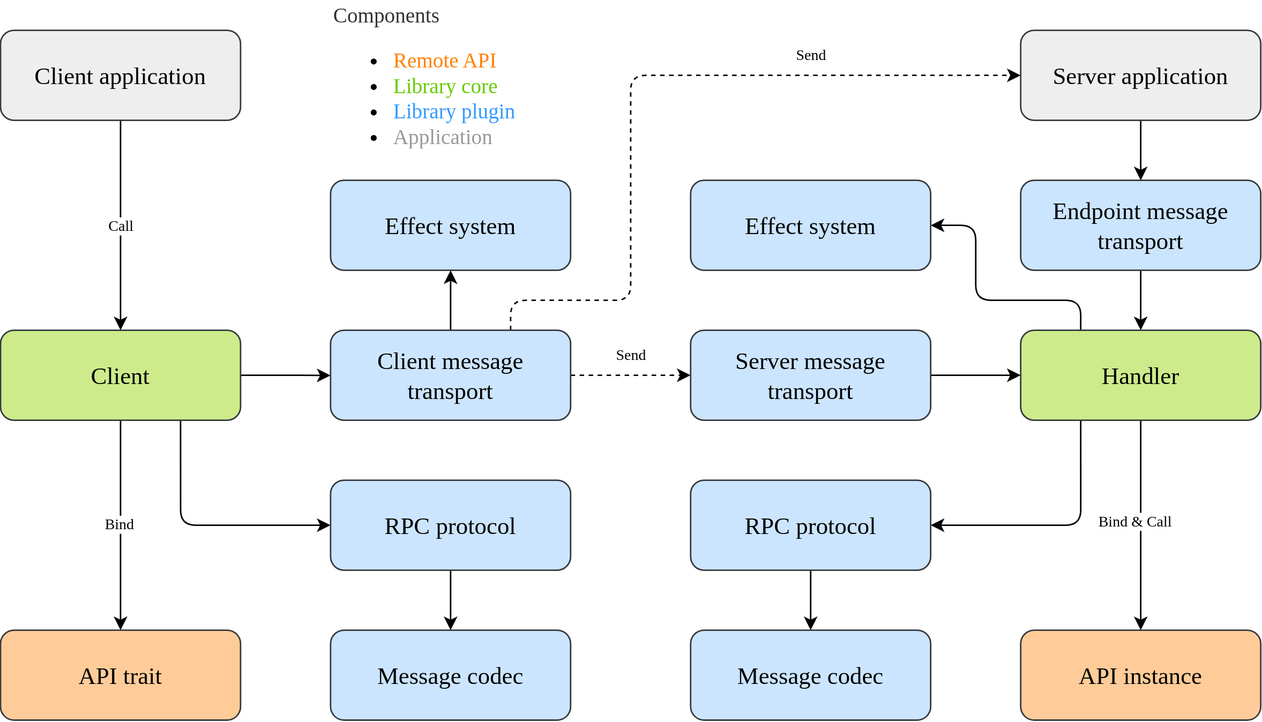
Above: doc/images/architecture.svg in martin-ockajak/automorph (draw.io), before the change. Source tidied: cells renumbered, new cells last; positions are measured from the earlier drawing's top-left corner, leaving out a move shared by most shapes.
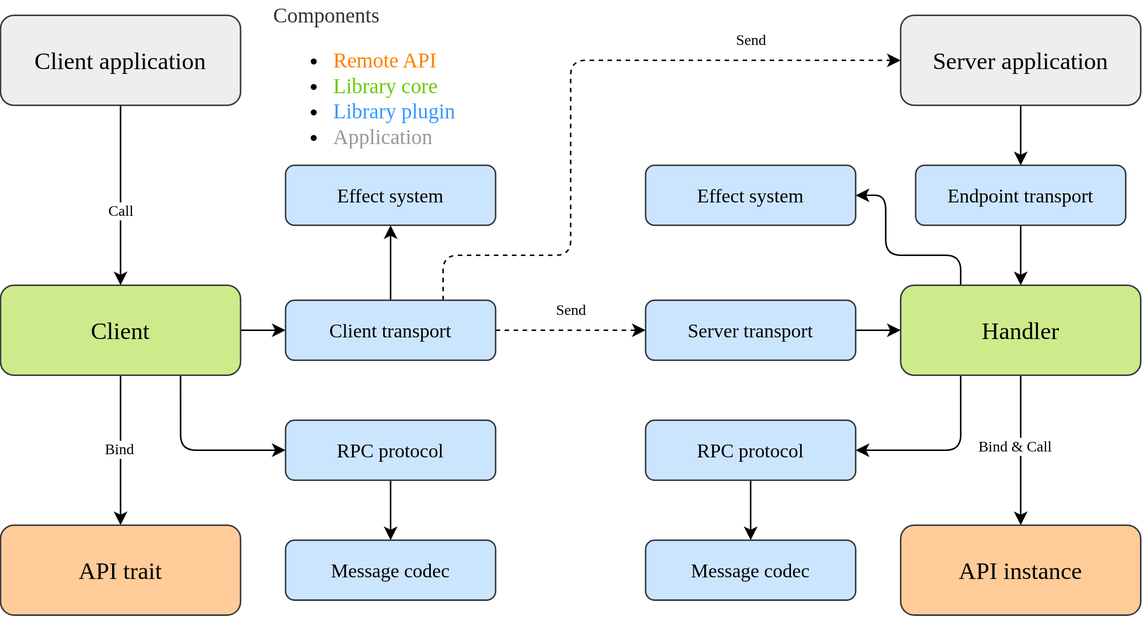
Later version of the same file.

The edit, as a diff of the source:
```diff
@@ -5,26 +5,26 @@
     <mxCell id="2" style="edgeStyle=orthogonalEdgeStyle;rounded=1;jettySize=auto;html=1;exitX=0.75;exitY=1;exitDx=0;exitDy=0;entryX=0;entryY=0.5;entryDx=0;entryDy=0;fontFamily=Verdana;fontSize=16;" parent="1" edge="1" source="7" target="14">
       <mxGeometry relative="1" as="geometry">
         <Array as="points">
-          <mxPoint x="120" y="350" />
+          <mxPoint x="160" y="330" />
         </Array>
       </mxGeometry>
     </mxCell>
-    <mxCell id="3" style="edgeStyle=orthogonalEdgeStyle;rounded=1;jettySize=auto;html=1;exitX=1;exitY=0.5;exitDx=0;exitDy=0;entryX=0;entryY=0.5;entryDx=0;entryDy=0;fontFamily=Verdana;fontSize=16;strokeColor=none;" parent="1" edge="1" source="7" target="18">
-      <mxGeometry relative="1" as="geometry" />
+    <mxCell id="3" style="edgeStyle=orthogonalEdgeStyle;rounded=1;jettySize=auto;html=1;exitX=1;exitY=0.5;exitDx=0;exitDy=0;entryX=0;entryY=0.5;entryDx=0;entryDy=0;fontFamily=Verdana;fontSize=16;strokeColor=none;" parent="1" edge="1" source="7">
+      <mxGeometry relative="1" as="geometry">
+        <mxPoint x="230" y="250" as="targetPoint" />
+      </mxGeometry>
     </mxCell>
     <mxCell id="4" style="edgeStyle=none;rounded=1;jettySize=auto;html=1;exitX=0.5;exitY=1;exitDx=0;exitDy=0;fontFamily=Verdana;fontSize=16;strokeColor=none;" parent="1" edge="1" source="7" target="24">
       <mxGeometry relative="1" as="geometry" />
     </mxCell>
-    <mxCell id="5" style="edgeStyle=orthogonalEdgeStyle;rounded=1;jettySize=auto;html=1;exitX=1;exitY=0.5;exitDx=0;exitDy=0;fontFamily=Verdana;fontSize=16;strokeColor=#000000;" parent="1" edge="1" source="7">
-      <mxGeometry relative="1" as="geometry">
-        <mxPoint x="220" y="250.1" as="targetPoint" />
-      </mxGeometry>
+    <mxCell id="5" style="edgeStyle=orthogonalEdgeStyle;rounded=1;jettySize=auto;html=1;exitX=1;exitY=0.5;exitDx=0;exitDy=0;fontFamily=Verdana;fontSize=16;strokeColor=#000000;entryX=0;entryY=0.5;entryDx=0;entryDy=0;" parent="1" edge="1" source="7" target="41">
+      <mxGeometry relative="1" as="geometry" />
     </mxCell>
     <mxCell id="6" style="edgeStyle=orthogonalEdgeStyle;rounded=1;jettySize=auto;html=1;exitX=0.5;exitY=1;exitDx=0;exitDy=0;entryX=0.5;entryY=0;entryDx=0;entryDy=0;fontFamily=Verdana;fontSize=16;strokeColor=#000000;" parent="1" edge="1" source="7" target="24">
       <mxGeometry relative="1" as="geometry" />
     </mxCell>
     <mxCell id="7" value="&lt;font style=&quot;font-size: 16px;&quot;&gt;Client&lt;/font&gt;" style="rounded=1;whiteSpace=wrap;html=1;fillColor=#cdeb8b;strokeColor=#36393d;fontFamily=Verdana;fontSize=16;" parent="1" vertex="1">
-      <mxGeometry y="220" width="160" height="60" as="geometry" />
+      <mxGeometry x="40" y="220" width="160" height="60" as="geometry" />
     </mxCell>
     <mxCell id="8" style="edgeStyle=orthogonalEdgeStyle;rounded=1;jettySize=auto;html=1;exitX=0.5;exitY=1;exitDx=0;exitDy=0;fontFamily=Verdana;fontSize=16;" parent="1" edge="1" source="11" target="25">
       <mxGeometry relative="1" as="geometry" />
@@ -32,108 +32,100 @@
     <mxCell id="9" style="edgeStyle=orthogonalEdgeStyle;rounded=1;jettySize=auto;html=1;exitX=0.25;exitY=1;exitDx=0;exitDy=0;entryX=1;entryY=0.5;entryDx=0;entryDy=0;fontFamily=Verdana;fontSize=16;strokeColor=#000000;" parent="1" edge="1" source="11" target="32">
       <mxGeometry relative="1" as="geometry">
         <Array as="points">
-          <mxPoint x="720" y="350" />
+          <mxPoint x="680" y="330" />
         </Array>
       </mxGeometry>
     </mxCell>
     <mxCell id="10" style="edgeStyle=orthogonalEdgeStyle;rounded=1;jettySize=auto;html=1;exitX=0.25;exitY=0;exitDx=0;exitDy=0;entryX=1;entryY=0.5;entryDx=0;entryDy=0;fontFamily=Verdana;fontSize=16;strokeColor=#000000;" parent="1" edge="1" source="11" target="30">
       <mxGeometry relative="1" as="geometry">
         <Array as="points">
-          <mxPoint x="720" y="200" />
-          <mxPoint x="650" y="200" />
-          <mxPoint x="650" y="150" />
+          <mxPoint x="680" y="200" />
+          <mxPoint x="630" y="200" />
+          <mxPoint x="630" y="160" />
         </Array>
       </mxGeometry>
     </mxCell>
     <mxCell id="11" value="&lt;font style=&quot;font-size: 16px;&quot;&gt;Handler&lt;/font&gt;" style="rounded=1;whiteSpace=wrap;html=1;fillColor=#cdeb8b;strokeColor=#36393d;fontFamily=Verdana;fontSize=16;" parent="1" vertex="1">
-      <mxGeometry x="680" y="220" width="160" height="60" as="geometry" />
+      <mxGeometry x="640" y="220" width="160" height="60" as="geometry" />
     </mxCell>
-    <mxCell id="12" value="&lt;font style=&quot;font-size: 16px;&quot;&gt;Effect system&lt;/font&gt;" style="rounded=1;whiteSpace=wrap;html=1;fillColor=#cce5ff;strokeColor=#36393d;fontFamily=Verdana;fontSize=16;verticalAlign=middle;" parent="1" vertex="1">
-      <mxGeometry x="220" y="120" width="160" height="60" as="geometry" />
+    <mxCell id="12" value="&lt;font style=&quot;font-size: 13px;&quot;&gt;Effect system&lt;/font&gt;" style="rounded=1;whiteSpace=wrap;html=1;fillColor=#cce5ff;strokeColor=#36393d;fontFamily=Verdana;fontSize=13;verticalAlign=middle;" parent="1" vertex="1">
+      <mxGeometry x="230" y="140" width="140" height="40" as="geometry" />
     </mxCell>
     <mxCell id="13" style="edgeStyle=orthogonalEdgeStyle;rounded=0;jettySize=auto;html=1;exitX=0.5;exitY=1;exitDx=0;exitDy=0;entryX=0.5;entryY=0;entryDx=0;entryDy=0;" parent="1" edge="1" source="14" target="39">
       <mxGeometry relative="1" as="geometry" />
     </mxCell>
-    <mxCell id="14" value="&lt;font style=&quot;font-size: 16px&quot;&gt;RPC protocol&lt;/font&gt;" style="rounded=1;whiteSpace=wrap;html=1;fillColor=#cce5ff;strokeColor=#36393d;fontFamily=Verdana;fontSize=16;" parent="1" vertex="1">
-      <mxGeometry x="220" y="320" width="160" height="60" as="geometry" />
+    <mxCell id="14" value="&lt;font style=&quot;font-size: 13px;&quot;&gt;RPC protocol&lt;/font&gt;" style="rounded=1;whiteSpace=wrap;html=1;fillColor=#cce5ff;strokeColor=#36393d;fontFamily=Verdana;fontSize=13;" parent="1" vertex="1">
+      <mxGeometry x="230" y="310" width="140" height="40" as="geometry" />
     </mxCell>
-    <mxCell id="15" style="edgeStyle=orthogonalEdgeStyle;rounded=1;jettySize=auto;html=1;exitX=1;exitY=0.5;exitDx=0;exitDy=0;entryX=0;entryY=0.5;entryDx=0;entryDy=0;fontFamily=Verdana;fontSize=16;dashed=1;" parent="1" edge="1" source="18" target="20">
+    <mxCell id="15" style="edgeStyle=orthogonalEdgeStyle;rounded=1;jettySize=auto;html=1;entryX=0;entryY=0.5;entryDx=0;entryDy=0;fontFamily=Verdana;fontSize=16;dashed=1;exitX=1;exitY=0.5;exitDx=0;exitDy=0;" parent="1" edge="1" source="41" target="20">
       <mxGeometry relative="1" as="geometry" />
     </mxCell>
-    <mxCell id="16" style="edgeStyle=orthogonalEdgeStyle;rounded=1;jettySize=auto;html=1;exitX=0.75;exitY=0;exitDx=0;exitDy=0;fontFamily=Verdana;fontSize=16;dashed=1;entryX=0;entryY=0.5;entryDx=0;entryDy=0;" parent="1" edge="1" source="18" target="27">
+    <mxCell id="16" style="edgeStyle=orthogonalEdgeStyle;rounded=1;jettySize=auto;html=1;fontFamily=Verdana;fontSize=16;dashed=1;entryX=0;entryY=0.5;entryDx=0;entryDy=0;exitX=0.75;exitY=0;exitDx=0;exitDy=0;" parent="1" edge="1" source="41" target="27">
       <mxGeometry relative="1" as="geometry">
         <Array as="points">
-          <mxPoint x="340" y="200" />
+          <mxPoint x="335" y="200" />
           <mxPoint x="420" y="200" />
-          <mxPoint x="420" y="50" />
+          <mxPoint x="420" y="70" />
         </Array>
       </mxGeometry>
     </mxCell>
-    <mxCell id="17" style="edgeStyle=orthogonalEdgeStyle;rounded=1;jettySize=auto;html=1;exitX=0.5;exitY=0;exitDx=0;exitDy=0;entryX=0.5;entryY=1;entryDx=0;entryDy=0;fontFamily=Verdana;fontSize=16;strokeColor=#000000;" parent="1" edge="1" source="18" target="12">
+    <mxCell id="17" style="edgeStyle=orthogonalEdgeStyle;rounded=1;jettySize=auto;html=1;entryX=0.5;entryY=1;entryDx=0;entryDy=0;fontFamily=Verdana;fontSize=16;strokeColor=#000000;exitX=0.5;exitY=0;exitDx=0;exitDy=0;" parent="1" edge="1" source="41" target="12">
       <mxGeometry relative="1" as="geometry" />
     </mxCell>
-    <mxCell id="18" value="&lt;font style=&quot;font-size: 16px&quot;&gt;Client message transport&lt;/font&gt;" style="rounded=1;whiteSpace=wrap;html=1;fillColor=#cce5ff;strokeColor=#36393d;fontFamily=Verdana;fontSize=16;" parent="1" vertex="1">
-      <mxGeometry x="220" y="220" width="160" height="60" as="geometry" />
-    </mxCell>
     <mxCell id="19" style="edgeStyle=orthogonalEdgeStyle;rounded=1;jettySize=auto;html=1;exitX=1;exitY=0.5;exitDx=0;exitDy=0;fontFamily=Verdana;fontSize=16;" parent="1" edge="1" source="20" target="11">
       <mxGeometry relative="1" as="geometry" />
     </mxCell>
-    <mxCell id="20" value="&lt;font style=&quot;font-size: 16px&quot;&gt;Server message transport&lt;/font&gt;" style="rounded=1;whiteSpace=wrap;html=1;fillColor=#cce5ff;strokeColor=#36393d;fontFamily=Verdana;fontSize=16;" parent="1" vertex="1">
-      <mxGeometry x="460" y="220" width="160" height="60" as="geometry" />
+    <mxCell id="20" value="&lt;font style=&quot;font-size: 13px&quot;&gt;Server transport&lt;/font&gt;" style="rounded=1;whiteSpace=wrap;html=1;fillColor=#cce5ff;strokeColor=#36393d;fontFamily=Verdana;fontSize=13;" parent="1" vertex="1">
+      <mxGeometry x="470" y="230" width="140" height="40" as="geometry" />
     </mxCell>
     <mxCell id="21" style="edgeStyle=orthogonalEdgeStyle;rounded=1;jettySize=auto;html=1;exitX=0.5;exitY=1;exitDx=0;exitDy=0;entryX=0.5;entryY=0;entryDx=0;entryDy=0;fontFamily=Verdana;fontSize=16;strokeColor=#000000;" parent="1" edge="1" source="23" target="11">
       <mxGeometry relative="1" as="geometry" />
     </mxCell>
-    <mxCell id="22" style="edgeStyle=orthogonalEdgeStyle;rounded=0;jettySize=auto;html=1;exitX=0.75;exitY=1;exitDx=0;exitDy=0;" parent="1" edge="1" source="23">
-      <mxGeometry relative="1" as="geometry">
-        <mxPoint x="799.7" y="179.8" as="targetPoint" />
-      </mxGeometry>
-    </mxCell>
-    <mxCell id="23" value="&lt;font style=&quot;font-size: 16px&quot;&gt;Endpoint message transport&lt;/font&gt;" style="rounded=1;whiteSpace=wrap;html=1;fillColor=#cce5ff;strokeColor=#36393d;fontFamily=Verdana;fontSize=16;" parent="1" vertex="1">
-      <mxGeometry x="680" y="120" width="160" height="60" as="geometry" />
+    <mxCell id="23" value="&lt;font style=&quot;font-size: 13px&quot;&gt;Endpoint transport&lt;/font&gt;" style="rounded=1;whiteSpace=wrap;html=1;fillColor=#cce5ff;strokeColor=#36393d;fontFamily=Verdana;fontSize=13;" parent="1" vertex="1">
+      <mxGeometry x="650" y="140" width="140" height="40" as="geometry" />
     </mxCell>
     <mxCell id="24" value="&lt;font style=&quot;font-size: 16px&quot;&gt;API trait&lt;/font&gt;" style="rounded=1;whiteSpace=wrap;html=1;fillColor=#ffcc99;strokeColor=#36393d;fontFamily=Verdana;fontSize=16;" parent="1" vertex="1">
-      <mxGeometry y="420" width="160" height="60" as="geometry" />
+      <mxGeometry x="40" y="380" width="160" height="60" as="geometry" />
     </mxCell>
     <mxCell id="25" value="&lt;font style=&quot;font-size: 16px&quot;&gt;API instance&lt;/font&gt;" style="rounded=1;whiteSpace=wrap;html=1;fillColor=#ffcc99;strokeColor=#36393d;fontFamily=Verdana;fontSize=16;" parent="1" vertex="1">
-      <mxGeometry x="680" y="420" width="160" height="60" as="geometry" />
+      <mxGeometry x="640" y="380" width="160" height="60" as="geometry" />
     </mxCell>
     <mxCell id="26" style="edgeStyle=orthogonalEdgeStyle;rounded=1;jettySize=auto;html=1;fontFamily=Verdana;fontSize=16;strokeColor=#000000;" parent="1" edge="1" source="27" target="23">
       <mxGeometry relative="1" as="geometry" />
     </mxCell>
     <mxCell id="27" value="&lt;font style=&quot;font-size: 16px&quot;&gt;Server application&lt;/font&gt;" style="rounded=1;whiteSpace=wrap;html=1;fillColor=#eeeeee;strokeColor=#36393d;fontFamily=Verdana;fontSize=16;" parent="1" vertex="1">
-      <mxGeometry x="680" y="20" width="160" height="60" as="geometry" />
+      <mxGeometry x="640" y="40" width="160" height="60" as="geometry" />
     </mxCell>
     <mxCell id="28" style="edgeStyle=orthogonalEdgeStyle;rounded=1;jettySize=auto;html=1;exitX=0.5;exitY=1;exitDx=0;exitDy=0;fontFamily=Verdana;fontSize=16;" parent="1" edge="1" source="29" target="7">
       <mxGeometry relative="1" as="geometry" />
     </mxCell>
     <mxCell id="29" value="&lt;font style=&quot;font-size: 16px&quot;&gt;Client application&lt;/font&gt;" style="rounded=1;whiteSpace=wrap;html=1;fillColor=#eeeeee;strokeColor=#36393d;fontFamily=Verdana;fontSize=16;" parent="1" vertex="1">
-      <mxGeometry y="20" width="160" height="60" as="geometry" />
+      <mxGeometry x="40" y="40" width="160" height="60" as="geometry" />
     </mxCell>
-    <mxCell id="30" value="&lt;font style=&quot;font-size: 16px;&quot;&gt;Effect system&lt;/font&gt;" style="rounded=1;whiteSpace=wrap;html=1;fillColor=#cce5ff;strokeColor=#36393d;fontFamily=Verdana;fontSize=16;verticalAlign=middle;" parent="1" vertex="1">
-      <mxGeometry x="460" y="120" width="160" height="60" as="geometry" />
+    <mxCell id="30" value="&lt;font style=&quot;font-size: 13px;&quot;&gt;Effect system&lt;/font&gt;" style="rounded=1;whiteSpace=wrap;html=1;fillColor=#cce5ff;strokeColor=#36393d;fontFamily=Verdana;fontSize=13;verticalAlign=middle;" parent="1" vertex="1">
+      <mxGeometry x="470" y="140" width="140" height="40" as="geometry" />
     </mxCell>
     <mxCell id="31" style="edgeStyle=orthogonalEdgeStyle;rounded=0;jettySize=auto;html=1;exitX=0.5;exitY=1;exitDx=0;exitDy=0;entryX=0.5;entryY=0;entryDx=0;entryDy=0;" parent="1" edge="1" source="32" target="40">
       <mxGeometry relative="1" as="geometry" />
     </mxCell>
-    <mxCell id="32" value="&lt;font style=&quot;font-size: 16px&quot;&gt;RPC protocol&lt;/font&gt;" style="rounded=1;whiteSpace=wrap;html=1;fillColor=#cce5ff;strokeColor=#36393d;fontFamily=Verdana;fontSize=16;" parent="1" vertex="1">
-      <mxGeometry x="460" y="320" width="160" height="60" as="geometry" />
+    <mxCell id="32" value="&lt;font style=&quot;font-size: 13px;&quot;&gt;RPC protocol&lt;/font&gt;" style="rounded=1;whiteSpace=wrap;html=1;fillColor=#cce5ff;strokeColor=#36393d;fontFamily=Verdana;fontSize=13;" parent="1" vertex="1">
+      <mxGeometry x="470" y="310" width="140" height="40" as="geometry" />
     </mxCell>
     <mxCell id="33" value="Bind&lt;br&gt;" style="edgeLabel;html=1;align=center;verticalAlign=middle;fontSize=10;fontFamily=Verdana;" parent="1" vertex="1">
-      <mxGeometry x="80" y="350" as="geometry">
+      <mxGeometry x="120" y="330" as="geometry">
         <mxPoint x="-1" y="-1" as="offset" />
       </mxGeometry>
     </mxCell>
     <mxCell id="34" value="Bind &amp;amp; Call" style="edgeLabel;html=1;align=center;verticalAlign=middle;fontSize=10;fontFamily=Verdana;" parent="1" vertex="1">
-      <mxGeometry x="770" y="340" as="geometry">
+      <mxGeometry x="730" y="320" as="geometry">
         <mxPoint x="-14" y="7" as="offset" />
       </mxGeometry>
     </mxCell>
     <mxCell id="35" value="Call" style="edgeLabel;html=1;align=center;verticalAlign=middle;fontSize=10;fontFamily=Verdana;" parent="1" vertex="1">
-      <mxGeometry x="80" y="150" as="geometry" />
+      <mxGeometry x="120" y="170" as="geometry" />
     </mxCell>
     <mxCell id="36" value="Send" style="edgeLabel;html=1;align=center;verticalAlign=middle;fontSize=10;fontFamily=Verdana;" parent="1" vertex="1">
-      <mxGeometry x="550" y="30" as="geometry">
+      <mxGeometry x="550" y="50" as="geometry">
         <mxPoint x="-10" y="6" as="offset" />
       </mxGeometry>
     </mxCell>
@@ -143,13 +135,16 @@
       </mxGeometry>
     </mxCell>
     <mxCell id="38" value="&lt;div style=&quot;font-size: 14px&quot;&gt;&lt;font color=&quot;#333333&quot;&gt;Components&lt;/font&gt;&lt;/div&gt;&lt;ul style=&quot;font-size: 14px&quot;&gt;&lt;li&gt;&lt;font color=&quot;#ff8000&quot;&gt;Remote API&lt;/font&gt;&lt;/li&gt;&lt;li&gt;&lt;font color=&quot;#66cc00&quot;&gt;Library core&lt;/font&gt;&lt;/li&gt;&lt;li&gt;&lt;font style=&quot;font-size: 14px&quot; color=&quot;#3399ff&quot;&gt;Library plugin&lt;/font&gt;&lt;/li&gt;&lt;li&gt;&lt;font style=&quot;font-size: 14px&quot; color=&quot;#999999&quot;&gt;Application&lt;/font&gt;&lt;/li&gt;&lt;/ul&gt;" style="text;strokeColor=none;fillColor=none;html=1;whiteSpace=wrap;verticalAlign=middle;overflow=hidden;fontFamily=Verdana;fontSize=12;align=left;" parent="1" vertex="1">
-      <mxGeometry x="220" width="185" height="100" as="geometry" />
+      <mxGeometry x="220" y="30" width="185" height="100" as="geometry" />
     </mxCell>
-    <mxCell id="39" value="&lt;font style=&quot;font-size: 16px&quot;&gt;Message codec&lt;/font&gt;" style="rounded=1;whiteSpace=wrap;html=1;fillColor=#cce5ff;strokeColor=#36393d;fontFamily=Verdana;fontSize=16;" parent="1" vertex="1">
-      <mxGeometry x="220" y="420" width="160" height="60" as="geometry" />
+    <mxCell id="39" value="&lt;font style=&quot;font-size: 13px;&quot;&gt;Message codec&lt;/font&gt;" style="rounded=1;whiteSpace=wrap;html=1;fillColor=#cce5ff;strokeColor=#36393d;fontFamily=Verdana;fontSize=13;" parent="1" vertex="1">
+      <mxGeometry x="230" y="390" width="140" height="40" as="geometry" />
     </mxCell>
-    <mxCell id="40" value="&lt;font style=&quot;font-size: 16px&quot;&gt;Message codec&lt;/font&gt;" style="rounded=1;whiteSpace=wrap;html=1;fillColor=#cce5ff;strokeColor=#36393d;fontFamily=Verdana;fontSize=16;" parent="1" vertex="1">
-      <mxGeometry x="460" y="420" width="160" height="60" as="geometry" />
+    <mxCell id="40" value="&lt;font style=&quot;font-size: 13px;&quot;&gt;Message codec&lt;/font&gt;" style="rounded=1;whiteSpace=wrap;html=1;fillColor=#cce5ff;strokeColor=#36393d;fontFamily=Verdana;fontSize=13;" parent="1" vertex="1">
+      <mxGeometry x="470" y="390" width="140" height="40" as="geometry" />
     </mxCell>
+    <mxCell id="41" value="&lt;font style=&quot;font-size: 13px&quot;&gt;Client transport&lt;/font&gt;" style="rounded=1;whiteSpace=wrap;html=1;fillColor=#cce5ff;strokeColor=#36393d;fontFamily=Verdana;fontSize=13;" parent="1" vertex="1">
+      <mxGeometry x="230" y="230" width="140" height="40" as="geometry" />
+    </mxCell>
   </root>
 </mxGraphModel>
```
